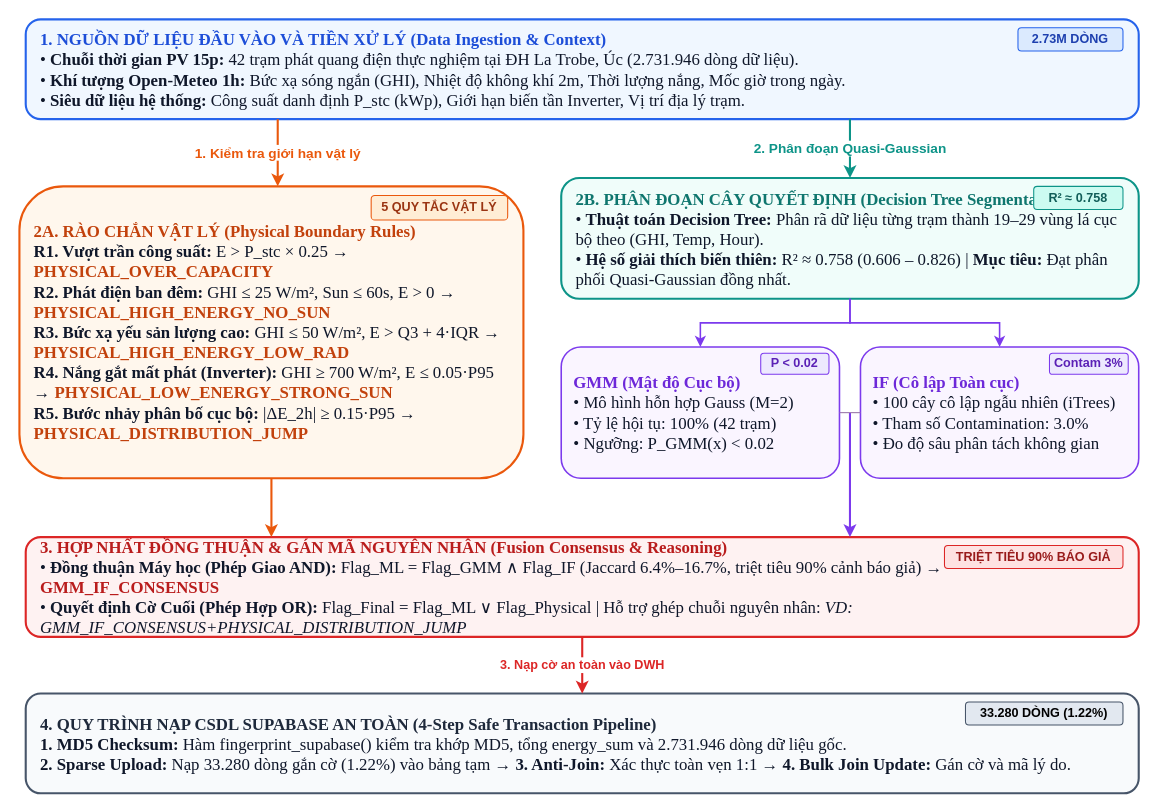
The draw.io diagram reports/diagrams/gmm_if_outlier_architecture.drawio in nguyenvunhut/solar-engergy, before the edit. Source tidied: cells renumbered, new cells numbered last; positions are measured from the earlier drawing's top-left corner, leaving out a move shared by most shapes. Both pictures are drawn from the tidied source at 105%, with x=0, y=0 at pixel (19, 19).
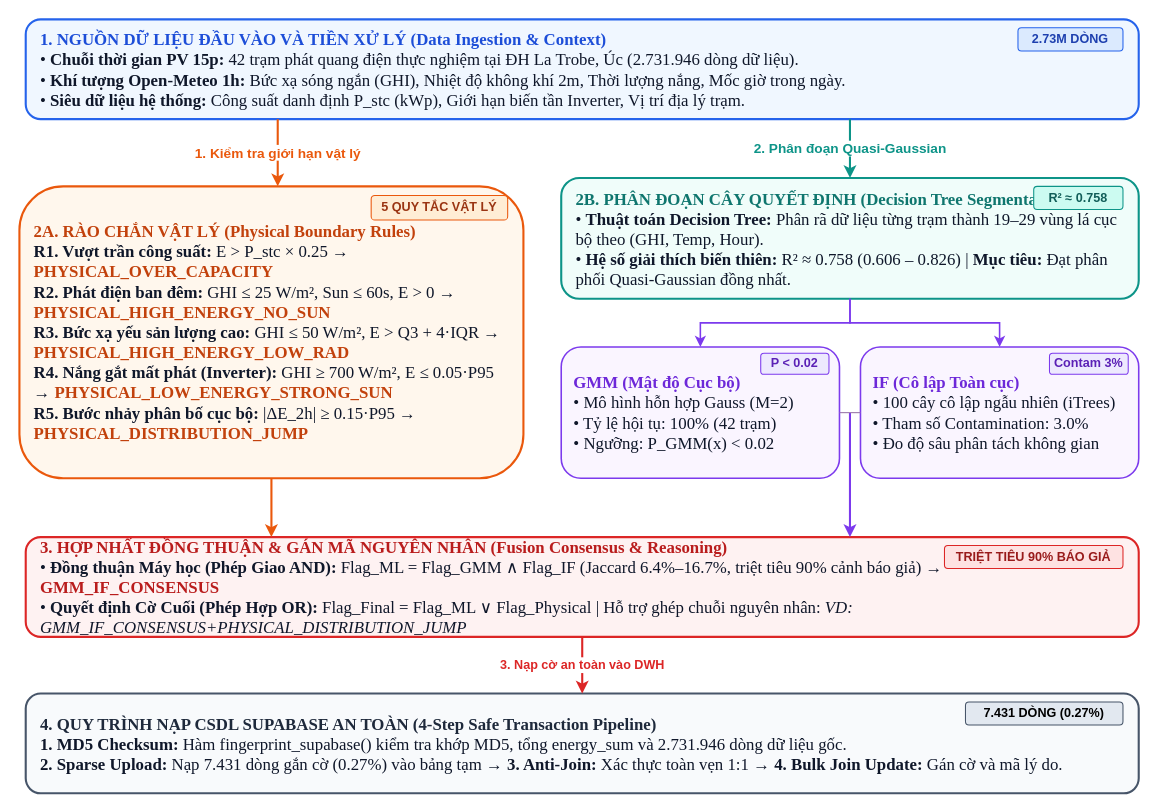
After the change.

Diff of the diagram source:
```diff
@@
-    <mxCell id="14" value="&lt;font style=&quot;font-size: 16px;&quot;&gt;&lt;b style=&quot;color: rgb(30, 41, 59);&quot;&gt;4. QUY TRÌNH NẠP CSDL SUPABASE AN TOÀN (4-Step Safe Transaction Pipeline)&lt;/b&gt;&lt;br&gt;&lt;span style=&quot;color: rgb(15, 23, 42);&quot;&gt;&lt;b style=&quot;&quot;&gt;1. MD5 Checksum:&lt;/b&gt; Hàm fingerprint_supabase() kiểm tra khớp MD5, tổng energy_sum và 2.731.946 dòng dữ liệu gốc.&lt;br&gt;&lt;b style=&quot;&quot;&gt;2. Sparse Upload:&lt;/b&gt; Nạp 33.280 dòng gắn cờ (1.22%) vào bảng tạm → &lt;b style=&quot;&quot;&gt;3. Anti-Join:&lt;/b&gt; Xác thực toàn vẹn 1:1 → &lt;b style=&quot;&quot;&gt;4. Bulk Join Update:&lt;/b&gt; Gán cờ và mã lý do.&lt;/span&gt;&lt;/font&gt;" style="rounded=1;whiteSpace=wrap;html=1;align=left;spacingLeft=12;spacingRight=12;spacingTop=6;spacingBottom=6;fillColor=#f8fafc;strokeColor=#475569;strokeWidth=2;fontFamily=Times New Roman;" parent="1" vertex="1">
+    <mxCell id="14" value="&lt;font style=&quot;font-size: 16px;&quot;&gt;&lt;b style=&quot;color: rgb(30, 41, 59);&quot;&gt;4. QUY TRÌNH NẠP CSDL SUPABASE AN TOÀN (4-Step Safe Transaction Pipeline)&lt;/b&gt;&lt;br&gt;&lt;span style=&quot;color: rgb(15, 23, 42);&quot;&gt;&lt;b style=&quot;&quot;&gt;1. MD5 Checksum:&lt;/b&gt; Hàm fingerprint_supabase() kiểm tra khớp MD5, tổng energy_sum và 2.731.946 dòng dữ liệu gốc.&lt;br&gt;&lt;b style=&quot;&quot;&gt;2. Sparse Upload:&lt;/b&gt; Nạp 7.431 dòng gắn cờ (0.27%) vào bảng tạm → &lt;b style=&quot;&quot;&gt;3. Anti-Join:&lt;/b&gt; Xác thực toàn vẹn 1:1 → &lt;b style=&quot;&quot;&gt;4. Bulk Join Update:&lt;/b&gt; Gán cờ và mã lý do.&lt;/span&gt;&lt;/font&gt;" style="rounded=1;whiteSpace=wrap;html=1;align=left;spacingLeft=12;spacingRight=12;spacingTop=6;spacingBottom=6;fillColor=#f8fafc;strokeColor=#475569;strokeWidth=2;fontFamily=Times New Roman;" parent="1" vertex="1">
       <mxGeometry x="6" y="642" width="1060" height="95" as="geometry" />
     </mxCell>
-    <mxCell id="15" value="&lt;font style=&quot;font-size: 12px;&quot;&gt;33.280 DÒNG (1.22%)&lt;/font&gt;" style="rounded=1;whiteSpace=wrap;html=1;fillColor=#e2e8f0;strokeColor=#475569;strokeWidth=1;fontSize=9;fontStyle=1;fontColor:#0f172a;align=center;" parent="14" vertex="1">
+    <mxCell id="15" value="&lt;font style=&quot;font-size: 12px;&quot;&gt;7.431 DÒNG (0.27%)&lt;/font&gt;" style="rounded=1;whiteSpace=wrap;html=1;fillColor=#e2e8f0;strokeColor=#475569;strokeWidth=1;fontSize=9;fontStyle=1;fontColor:#0f172a;align=center;" parent="14" vertex="1">
       <mxGeometry x="895" y="8" width="150" height="22" as="geometry" />
     </mxCell>
```
